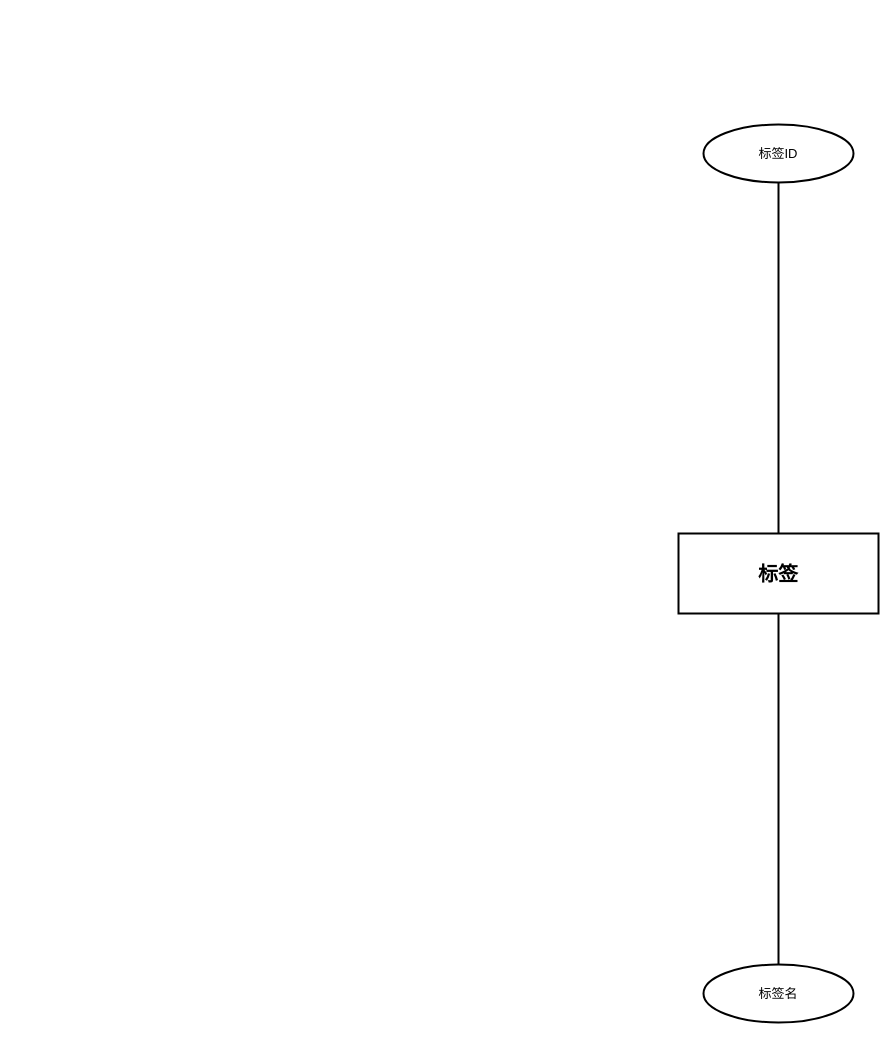
Above: DOCS/thesis/figures/entity-diagrams/tags/tags_entity.drawio in 612cs/TrailQuest (draw.io), before the change. Source tidied: cells renumbered, new cells numbered last; positions are measured from the earlier drawing's top-left corner, leaving out a move shared by most shapes. Both pictures are drawn from the tidied source at 100%, with x=0, y=0 at pixel (678, 124).
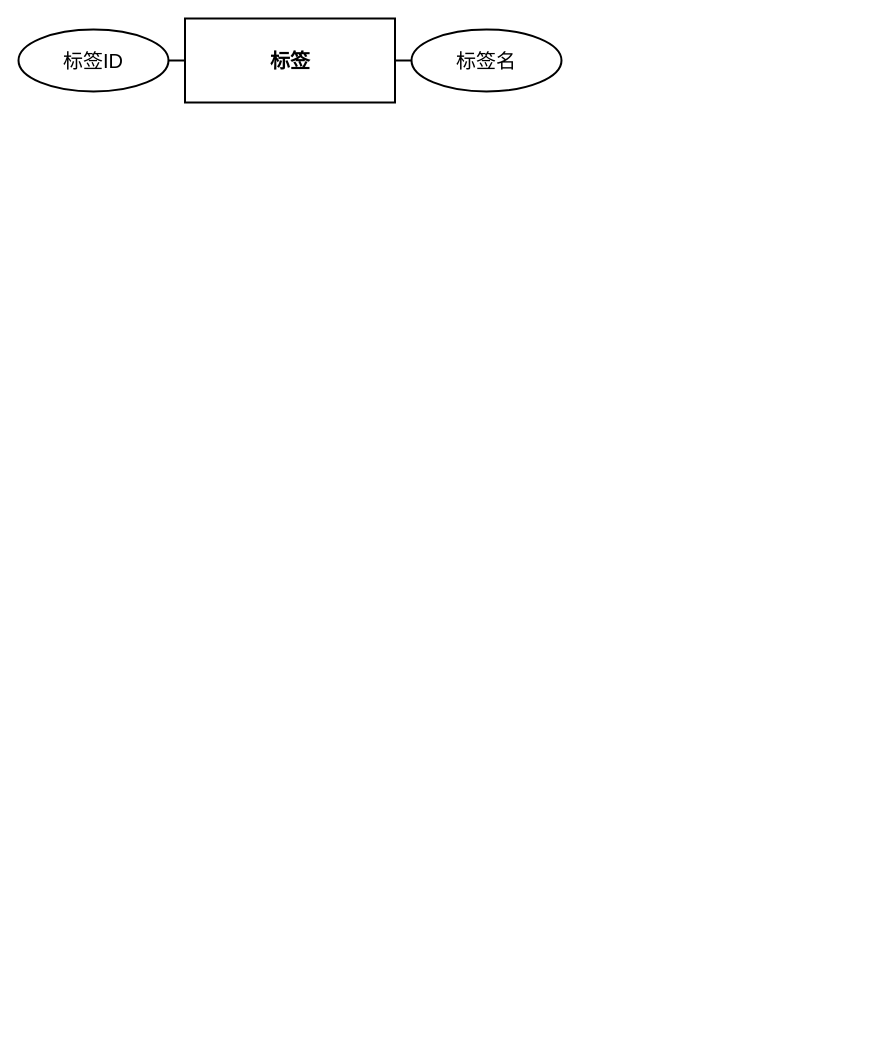
The same page after the edit.

The edit, as a diff of the source:
```diff
@@
 <mxGraphModel>
   <root>
     <mxCell id="0" />
     <mxCell id="1" parent="0" />
-    <mxCell id="2" value="标签" style="rounded=0;whiteSpace=wrap;html=1;fillColor=#ffffff;strokeColor=#000000;fontColor=#000000;fontFamily=Arial;fontSize=20;fontStyle=1;align=center;verticalAlign=middle;strokeWidth=2;" parent="1" vertex="1">
-      <mxGeometry y="409" width="200" height="80" as="geometry" />
+    <mxCell id="2" value="标签" style="rounded=0;whiteSpace=wrap;html=1;fillColor=none;strokeColor=#000000;fontColor=#000000;fontFamily=Arial;fontSize=20;fontStyle=1;align=center;verticalAlign=middle;strokeWidth=2;gradientColor=none;shadow=0;glass=0;" parent="1" vertex="1">
+      <mxGeometry x="-493.5" y="-106" width="210" height="84" as="geometry" />
     </mxCell>
-    <mxCell id="3" value="标签ID" style="ellipse;whiteSpace=wrap;html=1;fillColor=#ffffff;strokeColor=#000000;fontColor=#000000;fontFamily=Arial;fontSize=13;align=center;verticalAlign=middle;strokeWidth=2;" parent="1" vertex="1">
-      <mxGeometry x="25" width="150" height="58" as="geometry" />
+    <mxCell id="3" value="标签ID" style="ellipse;whiteSpace=wrap;html=1;fillColor=none;strokeColor=#000000;fontColor=#000000;fontFamily=Arial;fontSize=20;align=center;verticalAlign=middle;strokeWidth=2;gradientColor=none;shadow=0;glass=0;" parent="1" vertex="1">
+      <mxGeometry x="-660" y="-95" width="150" height="62" as="geometry" />
     </mxCell>
-    <mxCell id="4" value="标签名" style="ellipse;whiteSpace=wrap;html=1;fillColor=#ffffff;strokeColor=#000000;fontColor=#000000;fontFamily=Arial;fontSize=13;align=center;verticalAlign=middle;strokeWidth=2;" parent="1" vertex="1">
-      <mxGeometry x="25" y="840" width="150" height="58" as="geometry" />
+    <mxCell id="4" value="标签名" style="ellipse;whiteSpace=wrap;html=1;fillColor=none;strokeColor=#000000;fontColor=#000000;fontFamily=Arial;fontSize=20;align=center;verticalAlign=middle;strokeWidth=2;gradientColor=none;shadow=0;glass=0;" parent="1" vertex="1">
+      <mxGeometry x="-267" y="-95" width="150" height="62" as="geometry" />
     </mxCell>
     <mxCell id="5" style="endArrow=none;html=1;rounded=0;strokeColor=#000000;strokeWidth=2;" parent="1" edge="1" source="2" target="3">
       <mxGeometry relative="1" as="geometry" />
     </mxCell>
     <mxCell id="6" style="endArrow=none;html=1;rounded=0;strokeColor=#000000;strokeWidth=2;" parent="1" edge="1" source="2" target="4">
       <mxGeometry relative="1" as="geometry" />
     </mxCell>
   </root>
 </mxGraphModel>
```
